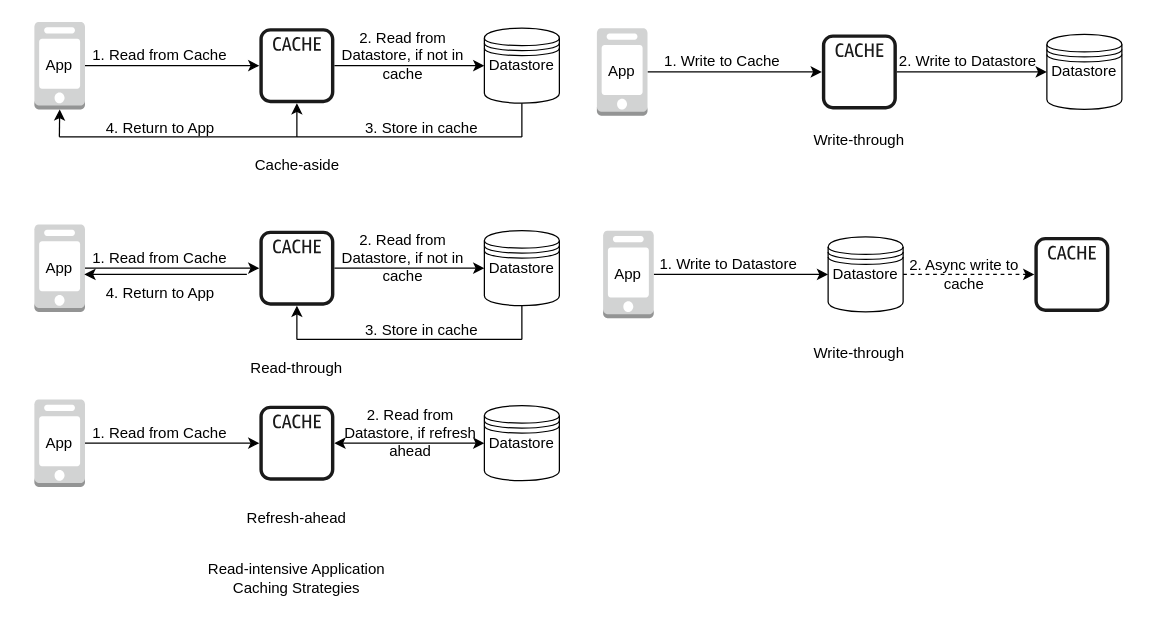
The draw.io diagram Caching Strategies.drawio in jayanthkmr/architecture-diagrams, before the edit. Source tidied: cells renumbered, new cells numbered last; positions are measured from the earlier drawing's top-left corner, leaving out a move shared by most shapes. Both pictures are drawn from the tidied source at 125%, with x=0, y=0 at pixel (21, 21).
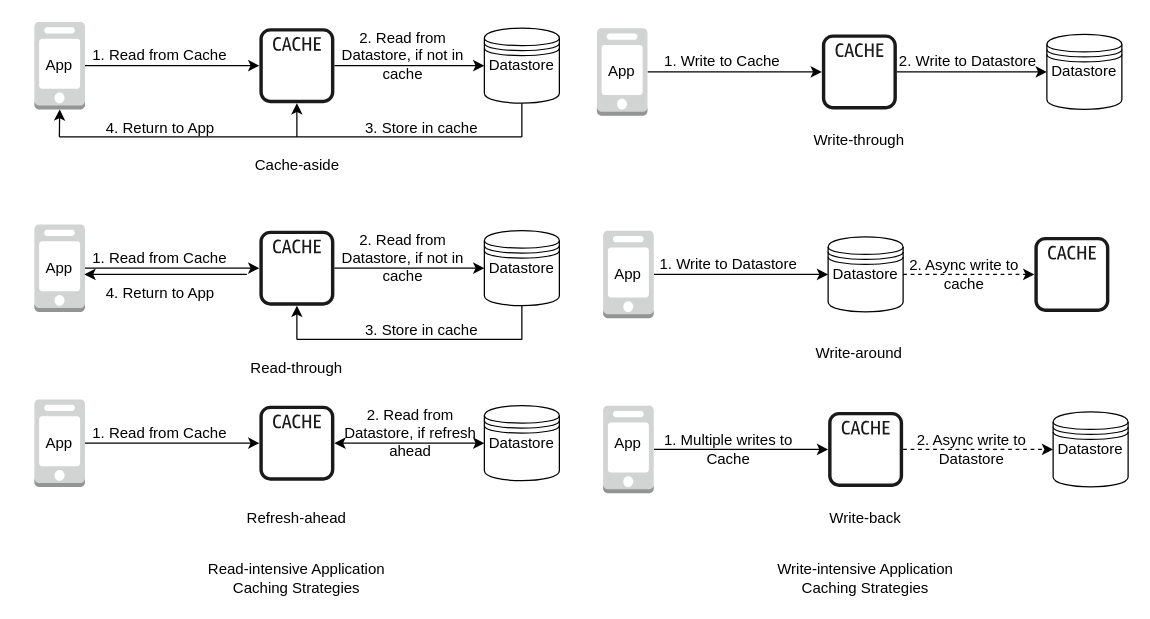
The same diagram, later.

The edit, as a diff of the source:
```diff
@@
-    <mxCell id="63" value="Write-through" style="text;html=1;strokeColor=none;fillColor=none;align=center;verticalAlign=middle;whiteSpace=wrap;rounded=0;" parent="1" vertex="1">
+    <mxCell id="63" value="Write-around" style="text;html=1;strokeColor=none;fillColor=none;align=center;verticalAlign=middle;whiteSpace=wrap;rounded=0;" parent="1" vertex="1">
       <mxGeometry x="625.2" y="250" width="89.5" height="30" as="geometry" />
     </mxCell>
@@
+    <mxCell id="66" style="edgeStyle=orthogonalEdgeStyle;rounded=0;jettySize=auto;html=1;exitX=1;exitY=0.5;exitDx=0;exitDy=0;exitPerimeter=0;" parent="1" edge="1" source="67" target="69">
+      <mxGeometry relative="1" as="geometry" />
+    </mxCell>
+    <mxCell id="67" style="outlineConnect=0;dashed=0;verticalLabelPosition=bottom;verticalAlign=top;align=center;html=1;shape=mxgraph.aws3.mobile_client;fillColor=#D2D3D3;gradientColor=none;" parent="1" vertex="1">
+      <mxGeometry x="465" y="307" width="40.5" height="70" as="geometry" />
+    </mxCell>
+    <mxCell id="68" style="edgeStyle=orthogonalEdgeStyle;rounded=0;jettySize=auto;html=1;entryX=0;entryY=0.5;entryDx=0;entryDy=0;dashed=1;" parent="1" edge="1" source="69" target="70">
+      <mxGeometry relative="1" as="geometry" />
+    </mxCell>
+    <mxCell id="69" style="sketch=0;outlineConnect=0;fontColor=#232F3E;gradientColor=none;fillColor=#1A1A1A;strokeColor=none;dashed=0;verticalLabelPosition=bottom;verticalAlign=top;align=center;html=1;fontSize=12;fontStyle=0;shape=mxgraph.aws4.cache_node;" parent="1" vertex="1">
+      <mxGeometry x="645" y="312" width="60" height="60" as="geometry" />
+    </mxCell>
+    <mxCell id="70" style="shape=datastore;whiteSpace=wrap;html=1;" parent="1" vertex="1">
+      <mxGeometry x="825" y="312" width="60" height="60" as="geometry" />
+    </mxCell>
+    <mxCell id="71" value="1. Multiple writes to Cache" style="text;html=1;strokeColor=none;fillColor=none;align=center;verticalAlign=middle;whiteSpace=wrap;rounded=0;" parent="1" vertex="1">
+      <mxGeometry x="506.2" y="327" width="119" height="30" as="geometry" />
+    </mxCell>
+    <mxCell id="72" value="2. Async write to Datastore" style="text;html=1;strokeColor=none;fillColor=none;align=center;verticalAlign=middle;whiteSpace=wrap;rounded=0;" parent="1" vertex="1">
+      <mxGeometry x="695" y="327" width="130" height="30" as="geometry" />
+    </mxCell>
+    <mxCell id="73" value="Datastore" style="text;html=1;strokeColor=none;fillColor=none;align=center;verticalAlign=middle;whiteSpace=wrap;rounded=0;" parent="1" vertex="1">
+      <mxGeometry x="825" y="327" width="60" height="30" as="geometry" />
+    </mxCell>
+    <mxCell id="74" value="Write-back" style="text;html=1;strokeColor=none;fillColor=none;align=center;verticalAlign=middle;whiteSpace=wrap;rounded=0;" parent="1" vertex="1">
+      <mxGeometry x="630.2" y="382" width="89.5" height="30" as="geometry" />
+    </mxCell>
+    <mxCell id="75" value="Write-intensive Application Caching Strategies" style="text;html=1;strokeColor=none;fillColor=none;align=center;verticalAlign=middle;whiteSpace=wrap;rounded=0;" parent="1" vertex="1">
+      <mxGeometry x="585" y="430" width="180" height="30" as="geometry" />
+    </mxCell>
+    <mxCell id="76" value="App" style="text;html=1;strokeColor=none;fillColor=none;align=center;verticalAlign=middle;whiteSpace=wrap;rounded=0;" parent="1" vertex="1">
+      <mxGeometry x="455" y="322" width="60" height="30" as="geometry" />
+    </mxCell>
```
